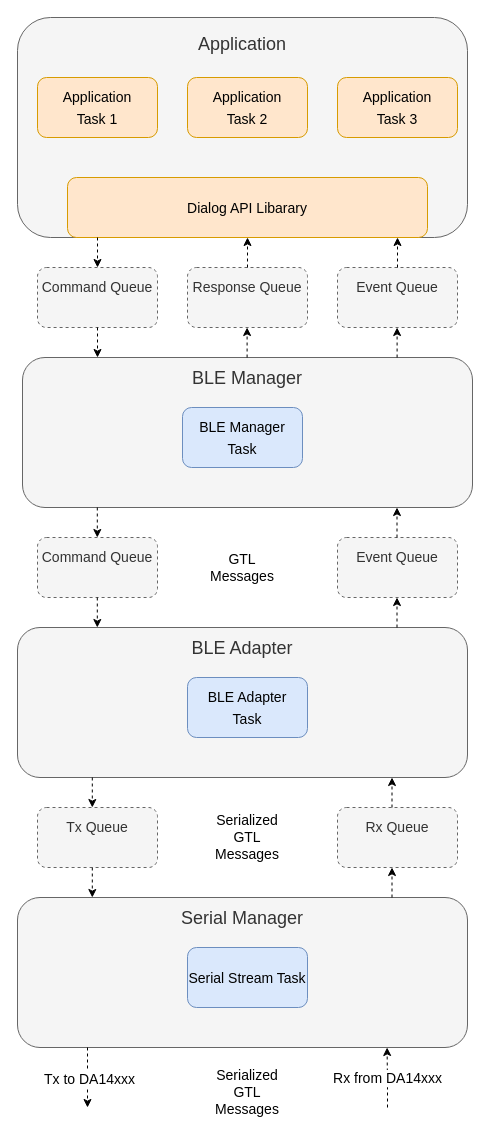
This is assets/PythonGtl.drawio from dialog-semiconductor/py_ble_manager, a draw.io file, before an edit. Source tidied: cells renumbered, new cells numbered last; positions are measured from the earlier drawing's top-left corner, leaving out a move shared by most shapes. Both pictures are drawn from the tidied source at 100%, with x=0, y=0 at pixel (17, 17).
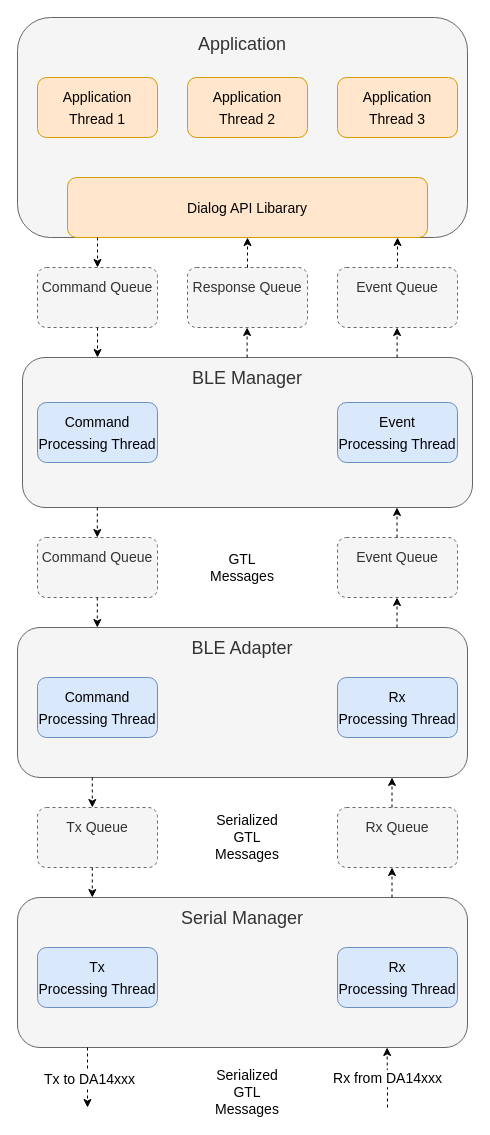
The same page after the edit.

Commit message (it also covers changes not shown here):
update arch diagram

Diff of the diagram source:
```diff
@@
-    <mxCell id="4" value="&lt;div&gt;&lt;font style=&quot;font-size: 14px;&quot;&gt;Application&lt;br&gt;&lt;/font&gt;&lt;/div&gt;&lt;div&gt;&lt;font style=&quot;font-size: 14px;&quot;&gt;Task 1&lt;/font&gt;&lt;/div&gt;" style="rounded=1;whiteSpace=wrap;html=1;fontSize=18;fillColor=#ffe6cc;strokeColor=#d79b00;" parent="1" vertex="1">
+    <mxCell id="4" value="&lt;div&gt;&lt;font style=&quot;font-size: 14px;&quot;&gt;Application&lt;br&gt;&lt;/font&gt;&lt;/div&gt;&lt;div&gt;&lt;font style=&quot;font-size: 14px;&quot;&gt;Thread 1&lt;/font&gt;&lt;/div&gt;" style="rounded=1;whiteSpace=wrap;html=1;fontSize=18;fillColor=#ffe6cc;strokeColor=#d79b00;" parent="1" vertex="1">
       <mxGeometry x="20" y="60" width="120" height="60" as="geometry" />
     </mxCell>
-    <mxCell id="5" value="&lt;div&gt;&lt;font style=&quot;font-size: 14px;&quot;&gt;Application &lt;br&gt;&lt;/font&gt;&lt;/div&gt;&lt;div&gt;&lt;font style=&quot;font-size: 14px;&quot;&gt;Task 2&lt;/font&gt;&lt;/div&gt;" style="rounded=1;whiteSpace=wrap;html=1;fontSize=18;fillColor=#ffe6cc;strokeColor=#d79b00;" parent="1" vertex="1">
+    <mxCell id="5" value="&lt;div&gt;&lt;font style=&quot;font-size: 14px;&quot;&gt;Application &lt;br&gt;&lt;/font&gt;&lt;/div&gt;&lt;div&gt;&lt;font style=&quot;font-size: 14px;&quot;&gt;Thread 2&lt;/font&gt;&lt;/div&gt;" style="rounded=1;whiteSpace=wrap;html=1;fontSize=18;fillColor=#ffe6cc;strokeColor=#d79b00;" parent="1" vertex="1">
       <mxGeometry x="170" y="60" width="120" height="60" as="geometry" />
     </mxCell>
-    <mxCell id="6" value="&lt;div&gt;&lt;font style=&quot;font-size: 14px;&quot;&gt;Application &lt;br&gt;&lt;/font&gt;&lt;/div&gt;&lt;div&gt;&lt;font style=&quot;font-size: 14px;&quot;&gt;Task 3&lt;/font&gt;&lt;/div&gt;" style="rounded=1;whiteSpace=wrap;html=1;fontSize=18;fillColor=#ffe6cc;strokeColor=#d79b00;" parent="1" vertex="1">
+    <mxCell id="6" value="&lt;div&gt;&lt;font style=&quot;font-size: 14px;&quot;&gt;Application &lt;br&gt;&lt;/font&gt;&lt;/div&gt;&lt;div&gt;&lt;font style=&quot;font-size: 14px;&quot;&gt;Thread 3&lt;/font&gt;&lt;/div&gt;" style="rounded=1;whiteSpace=wrap;html=1;fontSize=18;fillColor=#ffe6cc;strokeColor=#d79b00;" parent="1" vertex="1">
       <mxGeometry x="320" y="60" width="120" height="60" as="geometry" />
     </mxCell>
@@
-    <mxCell id="12" value="&lt;font style=&quot;font-size: 14px;&quot;&gt;BLE Manager Task&lt;/font&gt;" style="rounded=1;whiteSpace=wrap;html=1;fontSize=18;fillColor=#dae8fc;strokeColor=#6c8ebf;" parent="1" vertex="1">
-      <mxGeometry x="165" y="390" width="120" height="60" as="geometry" />
+    <mxCell id="12" value="&lt;font style=&quot;font-size: 14px;&quot;&gt;Command Processing Thread&lt;/font&gt;" style="rounded=1;whiteSpace=wrap;html=1;fontSize=18;fillColor=#dae8fc;strokeColor=#6c8ebf;" parent="1" vertex="1">
+      <mxGeometry x="20" y="385" width="120" height="60" as="geometry" />
     </mxCell>
@@
-    <mxCell id="16" value="&lt;div&gt;&lt;font style=&quot;font-size: 14px;&quot;&gt;BLE Adapter&lt;/font&gt;&lt;/div&gt;&lt;div&gt;&lt;font style=&quot;font-size: 14px;&quot;&gt;Task&lt;/font&gt;&lt;/div&gt;" style="rounded=1;whiteSpace=wrap;html=1;fontSize=18;fillColor=#dae8fc;strokeColor=#6c8ebf;" parent="1" vertex="1">
-      <mxGeometry x="170" y="660" width="120" height="60" as="geometry" />
-    </mxCell>
@@
-    <mxCell id="19" value="&lt;font style=&quot;font-size: 14px;&quot;&gt;Serial Stream Task&lt;br&gt;&lt;/font&gt;" style="rounded=1;whiteSpace=wrap;html=1;fontSize=18;fillColor=#dae8fc;strokeColor=#6c8ebf;" parent="1" vertex="1">
-      <mxGeometry x="170" y="930" width="120" height="60" as="geometry" />
-    </mxCell>
@@
+    <mxCell id="41" value="&lt;div&gt;&lt;font style=&quot;font-size: 14px;&quot;&gt;Event&lt;/font&gt;&lt;/div&gt;&lt;div&gt;&lt;font style=&quot;font-size: 14px;&quot;&gt;Processing Thread&lt;/font&gt;&lt;/div&gt;" style="rounded=1;whiteSpace=wrap;html=1;fontSize=18;fillColor=#dae8fc;strokeColor=#6c8ebf;" parent="1" vertex="1">
+      <mxGeometry x="320" y="385" width="120" height="60" as="geometry" />
+    </mxCell>
+    <mxCell id="42" value="&lt;font style=&quot;font-size: 14px;&quot;&gt;Command Processing Thread&lt;/font&gt;" style="rounded=1;whiteSpace=wrap;html=1;fontSize=18;fillColor=#dae8fc;strokeColor=#6c8ebf;" parent="1" vertex="1">
+      <mxGeometry x="20" y="660" width="120" height="60" as="geometry" />
+    </mxCell>
+    <mxCell id="43" value="&lt;div&gt;&lt;font style=&quot;font-size: 14px;&quot;&gt;Rx &lt;br&gt;&lt;/font&gt;&lt;/div&gt;&lt;div&gt;&lt;font style=&quot;font-size: 14px;&quot;&gt;Processing Thread&lt;/font&gt;&lt;/div&gt;" style="rounded=1;whiteSpace=wrap;html=1;fontSize=18;fillColor=#dae8fc;strokeColor=#6c8ebf;" parent="1" vertex="1">
+      <mxGeometry x="320" y="660" width="120" height="60" as="geometry" />
+    </mxCell>
+    <mxCell id="44" value="&lt;div&gt;&lt;font style=&quot;font-size: 14px;&quot;&gt;Tx&lt;/font&gt;&lt;/div&gt;&lt;div&gt;&lt;font style=&quot;font-size: 14px;&quot;&gt;Processing Thread&lt;/font&gt;&lt;/div&gt;" style="rounded=1;whiteSpace=wrap;html=1;fontSize=18;fillColor=#dae8fc;strokeColor=#6c8ebf;" parent="1" vertex="1">
+      <mxGeometry x="20" y="930" width="120" height="60" as="geometry" />
+    </mxCell>
+    <mxCell id="45" value="&lt;div&gt;&lt;font style=&quot;font-size: 14px;&quot;&gt;Rx &lt;br&gt;&lt;/font&gt;&lt;/div&gt;&lt;div&gt;&lt;font style=&quot;font-size: 14px;&quot;&gt;Processing Thread&lt;/font&gt;&lt;/div&gt;" style="rounded=1;whiteSpace=wrap;html=1;fontSize=18;fillColor=#dae8fc;strokeColor=#6c8ebf;" parent="1" vertex="1">
+      <mxGeometry x="320" y="930" width="120" height="60" as="geometry" />
+    </mxCell>
```
